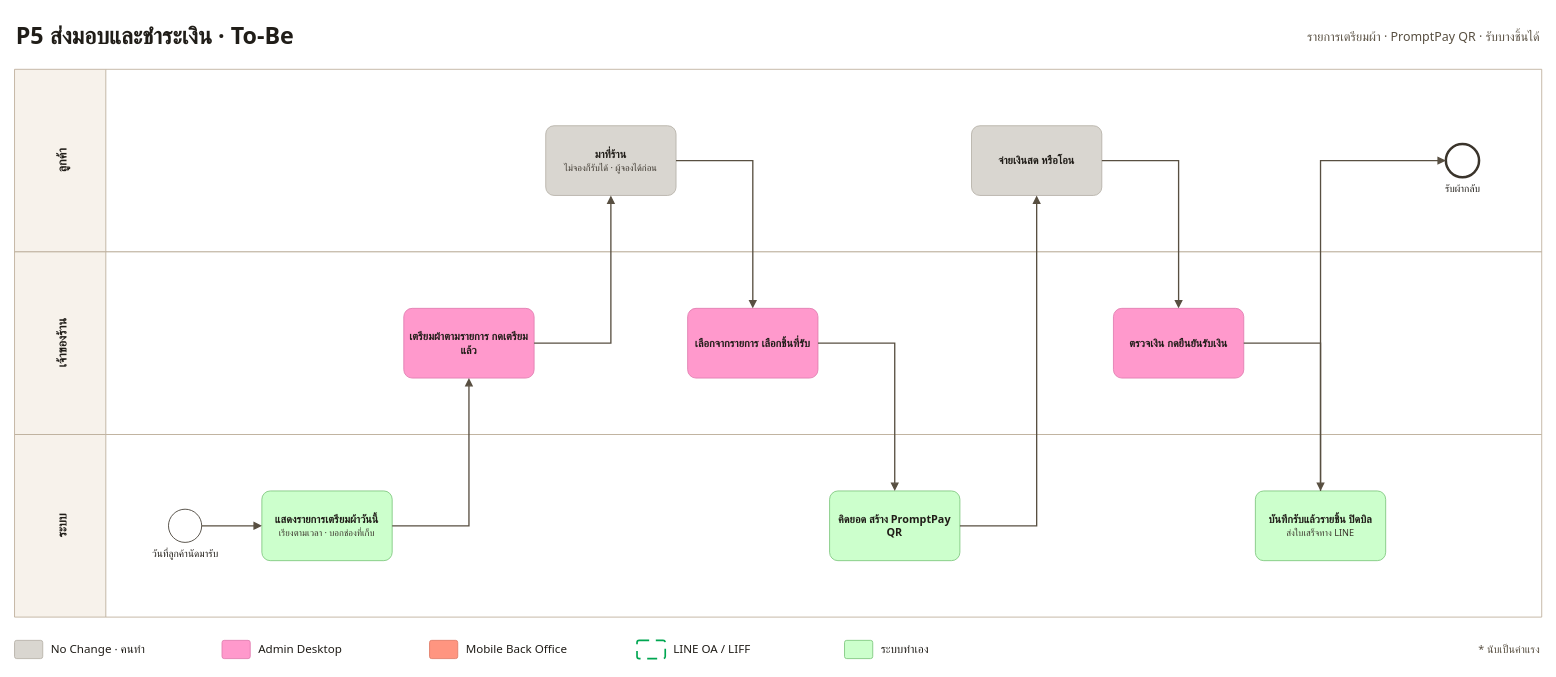
This is page "P5 ส่งมอบและชำระเงิน · To-Be" (12 of 16) of docs/proposal/process-bpmn.drawio from peeranat45/sriborisud-laundry, a draw.io file, before an edit. Source tidied: cells renumbered, new cells numbered last; positions are measured from the earlier drawing's top-left corner, leaving out a move shared by most shapes. Both pictures are drawn from the tidied source at 83%, with x=0, y=0 at pixel (14, 14).
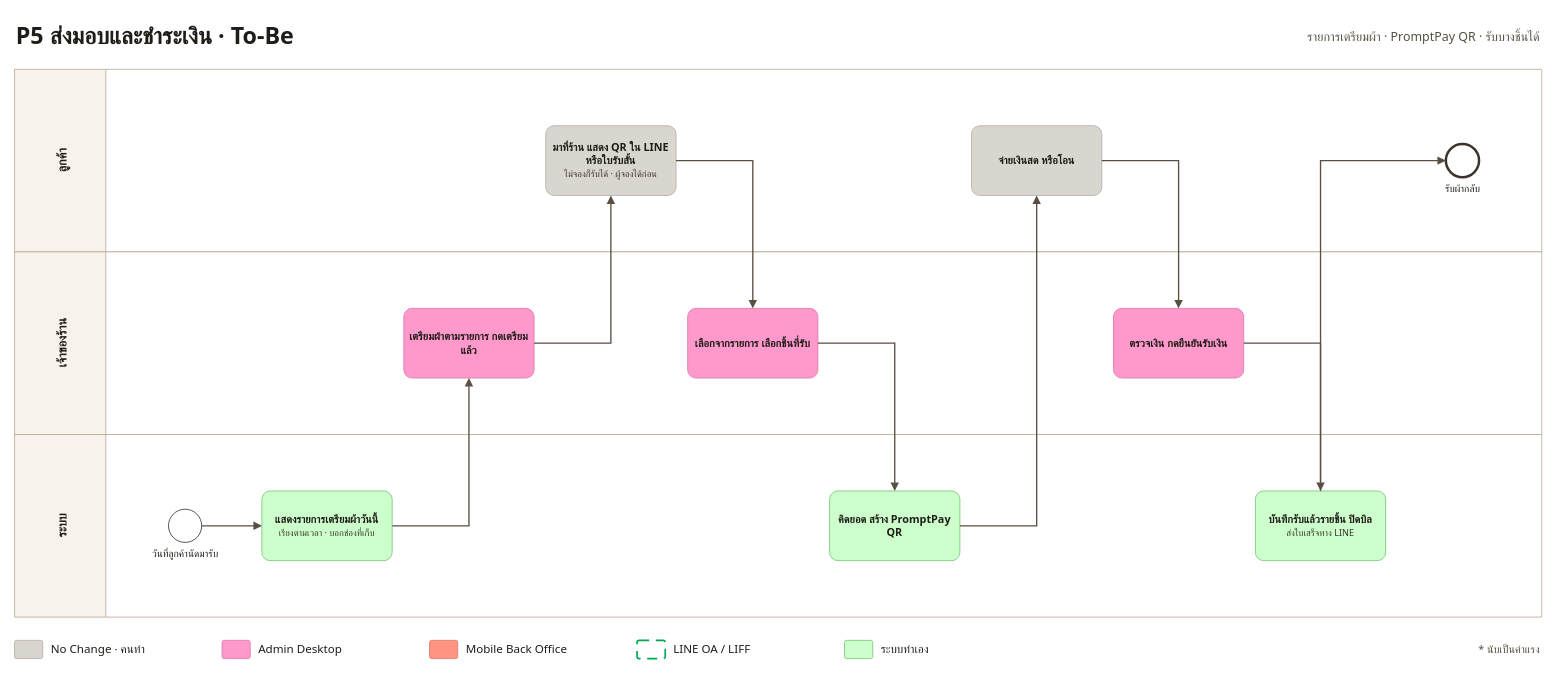
The same page after the edit.

Commit message (it also covers changes not shown here):
docs: ใบรับสั้นพร้อม QR สำหรับลูกค้าไม่ใช้ LINE · เพิ่ม backlog

Change to the diagram source:
```diff
@@
-    <mxCell id="10" value="&lt;b&gt;มาที่ร้าน&lt;/b&gt;&lt;br&gt;&lt;font style='font-size:11px' color='#3A342B'&gt;ไม่จองก็รับได้ · ผู้จองได้ก่อน&lt;/font&gt;" style="fontFamily=Tahoma;html=1;whiteSpace=wrap;rounded=1;arcSize=12;fontSize=13;verticalAlign=middle;spacing=4;fontColor=light-dark(#201D18,#201D18);fillColor=light-dark(#D9D6D0,#D9D6D0);strokeColor=light-dark(#B5B0A6,#B5B0A6);" parent="1" vertex="1">
+    <mxCell id="10" value="&lt;b&gt;มาที่ร้าน แสดง QR ใน LINE หรือใบรับสั้น&lt;/b&gt;&lt;br&gt;&lt;font style='font-size:11px' color='#3A342B'&gt;ไม่จองก็รับได้ · ผู้จองได้ก่อน&lt;/font&gt;" style="fontFamily=Tahoma;html=1;whiteSpace=wrap;rounded=1;arcSize=12;fontSize=13;verticalAlign=middle;spacing=4;fontColor=light-dark(#201D18,#201D18);fillColor=light-dark(#D9D6D0,#D9D6D0);strokeColor=light-dark(#B5B0A6,#B5B0A6);" parent="1" vertex="1">
       <mxGeometry x="640" y="134" width="157" height="84" as="geometry" />
     </mxCell>
```
